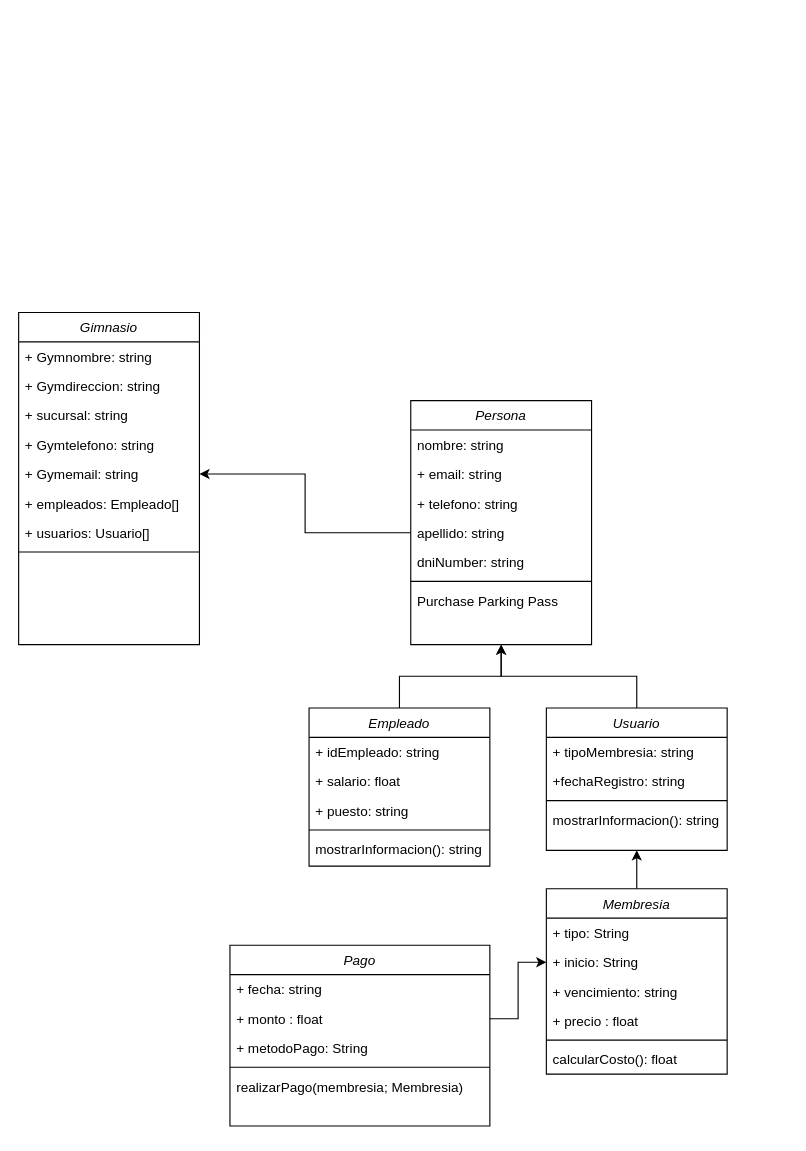
Before: GestionDeGimnasios.drawio in FJavierVC/GestionDeGimnasios, a draw.io diagram. Source tidied: cells renumbered, new cells numbered last; positions are measured from the earlier drawing's top-left corner, leaving out a move shared by most shapes. Both pictures are drawn from the tidied source at 113%, with x=0, y=0 at pixel (18, 312).
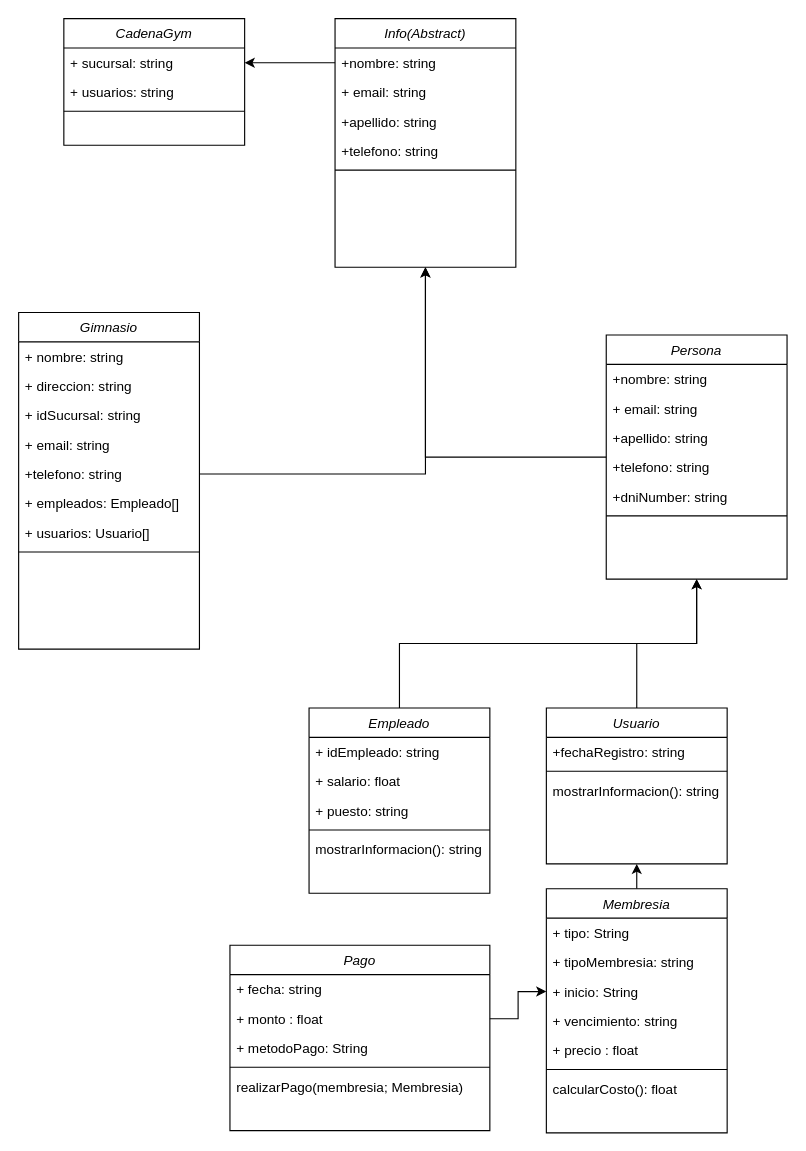
The same diagram, later.

Change to the diagram source:
```diff
@@
     <mxCell id="2" value="Gimnasio" style="swimlane;fontStyle=2;align=center;verticalAlign=top;horizontal=1;startSize=26;rounded=0;shadow=0;strokeWidth=1;" parent="1" vertex="1">
-      <mxGeometry width="160" height="294" as="geometry" />
+      <mxGeometry width="160" height="298" as="geometry" />
     </mxCell>
-    <mxCell id="3" value="+ Gymnombre: string" style="text;align=left;verticalAlign=top;spacingLeft=4;spacingRight=4;overflow=hidden;" parent="2" vertex="1">
+    <mxCell id="3" value="+ nombre: string" style="text;align=left;verticalAlign=top;spacingLeft=4;spacingRight=4;overflow=hidden;" parent="2" vertex="1">
       <mxGeometry y="26" width="160" height="26" as="geometry" />
     </mxCell>
-    <mxCell id="4" value="+ Gymdireccion: string" style="text;align=left;verticalAlign=top;spacingLeft=4;spacingRight=4;overflow=hidden;rounded=0;shadow=0;html=0;" parent="2" vertex="1">
+    <mxCell id="4" value="+ direccion: string" style="text;align=left;verticalAlign=top;spacingLeft=4;spacingRight=4;overflow=hidden;rounded=0;shadow=0;html=0;" parent="2" vertex="1">
       <mxGeometry y="52" width="160" height="26" as="geometry" />
     </mxCell>
-    <mxCell id="5" value="+ sucursal: string" style="text;align=left;verticalAlign=top;spacingLeft=4;spacingRight=4;overflow=hidden;rounded=0;shadow=0;html=0;" parent="2" vertex="1">
+    <mxCell id="5" value="+ idSucursal: string" style="text;align=left;verticalAlign=top;spacingLeft=4;spacingRight=4;overflow=hidden;rounded=0;shadow=0;html=0;" parent="2" vertex="1">
       <mxGeometry y="78" width="160" height="26" as="geometry" />
     </mxCell>
-    <mxCell id="6" value="+ Gymtelefono: string" style="text;align=left;verticalAlign=top;spacingLeft=4;spacingRight=4;overflow=hidden;rounded=0;shadow=0;html=0;" parent="2" vertex="1">
-      <mxGeometry y="104" width="160" height="26" as="geometry" />
-    </mxCell>
-    <mxCell id="7" value="+ Gymemail: string" style="text;align=left;verticalAlign=top;spacingLeft=4;spacingRight=4;overflow=hidden;points=[[0,0.5],[1,0.5]];portConstraint=eastwest;rounded=0;shadow=0;html=0;" parent="2" vertex="1">
-      <mxGeometry y="130" width="160" height="26" as="geometry" />
+    <mxCell id="7" value="+ email: string" style="text;align=left;verticalAlign=top;spacingLeft=4;spacingRight=4;overflow=hidden;points=[[0,0.5],[1,0.5]];portConstraint=eastwest;rounded=0;shadow=0;html=0;" parent="2" vertex="1">
+      <mxGeometry y="104" width="160" height="26" as="geometry" />
     </mxCell>
+    <mxCell id="48" value="+telefono: string" style="text;align=left;verticalAlign=top;spacingLeft=4;spacingRight=4;overflow=hidden;points=[[0,0.5],[1,0.5]];portConstraint=eastwest;rounded=0;shadow=0;html=0;" parent="2" vertex="1">
+      <mxGeometry y="130" width="160" height="26" as="geometry" />
+    </mxCell>
@@
     <mxCell id="12" value="Empleado" style="swimlane;fontStyle=2;align=center;verticalAlign=top;horizontal=1;startSize=26;rounded=0;shadow=0;strokeWidth=1;" parent="1" vertex="1">
-      <mxGeometry x="257" y="350" width="160" height="140" as="geometry" />
+      <mxGeometry x="257" y="350" width="160" height="164" as="geometry" />
     </mxCell>
@@
+    <mxCell id="49" style="edgeStyle=orthogonalEdgeStyle;rounded=0;jettySize=auto;html=1;entryX=0.5;entryY=1;entryDx=0;entryDy=0;" parent="1" edge="1" source="18" target="51">
+      <mxGeometry relative="1" as="geometry" />
+    </mxCell>
     <mxCell id="18" value="Persona" style="swimlane;fontStyle=2;align=center;verticalAlign=top;horizontal=1;startSize=26;rounded=0;shadow=0;strokeWidth=1;" parent="1" vertex="1">
-      <mxGeometry x="347" y="78" width="160" height="216" as="geometry" />
+      <mxGeometry x="520" y="20" width="160" height="216" as="geometry" />
     </mxCell>
-    <mxCell id="19" value="nombre: string" style="text;align=left;verticalAlign=top;spacingLeft=4;spacingRight=4;overflow=hidden;" parent="18" vertex="1">
+    <mxCell id="19" value="+nombre: string" style="text;align=left;verticalAlign=top;spacingLeft=4;spacingRight=4;overflow=hidden;" parent="18" vertex="1">
       <mxGeometry y="26" width="160" height="26" as="geometry" />
     </mxCell>
@@
-    <mxCell id="21" value="+ telefono: string" style="text;align=left;verticalAlign=top;spacingLeft=4;spacingRight=4;overflow=hidden;rounded=0;shadow=0;html=0;" parent="18" vertex="1">
-      <mxGeometry y="78" width="160" height="26" as="geometry" />
-    </mxCell>
-    <mxCell id="22" value="apellido: string" style="text;align=left;verticalAlign=top;spacingLeft=4;spacingRight=4;overflow=hidden;points=[[0,0.5],[1,0.5]];portConstraint=eastwest;rounded=0;shadow=0;html=0;" parent="18" vertex="1">
-      <mxGeometry y="104" width="160" height="26" as="geometry" />
+    <mxCell id="22" value="+apellido: string" style="text;align=left;verticalAlign=top;spacingLeft=4;spacingRight=4;overflow=hidden;points=[[0,0.5],[1,0.5]];portConstraint=eastwest;rounded=0;shadow=0;html=0;" parent="18" vertex="1">
+      <mxGeometry y="78" width="160" height="26" as="geometry" />
     </mxCell>
+    <mxCell id="50" value="+telefono: string" style="text;align=left;verticalAlign=top;spacingLeft=4;spacingRight=4;overflow=hidden;rounded=0;shadow=0;html=0;" parent="18" vertex="1">
+      <mxGeometry y="104" width="160" height="26" as="geometry" />
+    </mxCell>
-    <mxCell id="23" value="dniNumber: string" style="text;align=left;verticalAlign=top;spacingLeft=4;spacingRight=4;overflow=hidden;rounded=0;shadow=0;html=0;" parent="18" vertex="1">
+    <mxCell id="23" value="+dniNumber: string" style="text;align=left;verticalAlign=top;spacingLeft=4;spacingRight=4;overflow=hidden;rounded=0;shadow=0;html=0;" parent="18" vertex="1">
       <mxGeometry y="130" width="160" height="26" as="geometry" />
     </mxCell>
@@
-    <mxCell id="25" value="Purchase Parking Pass" style="text;align=left;verticalAlign=top;spacingLeft=4;spacingRight=4;overflow=hidden;" parent="18" vertex="1">
-      <mxGeometry y="164" width="160" height="26" as="geometry" />
-    </mxCell>
@@
     <mxCell id="27" value="Membresia" style="swimlane;fontStyle=2;align=center;verticalAlign=top;horizontal=1;startSize=26;rounded=0;shadow=0;strokeWidth=1;" parent="1" vertex="1">
-      <mxGeometry x="467" y="510" width="160" height="164" as="geometry" />
+      <mxGeometry x="467" y="510" width="160" height="216" as="geometry" />
     </mxCell>
@@
+    <mxCell id="36" value="+ tipoMembresia: string" style="text;align=left;verticalAlign=top;spacingLeft=4;spacingRight=4;overflow=hidden;rounded=0;shadow=0;html=0;" parent="27" vertex="1">
+      <mxGeometry y="52" width="160" height="26" as="geometry" />
+    </mxCell>
     <mxCell id="29" value="+ inicio: String" style="text;align=left;verticalAlign=top;spacingLeft=4;spacingRight=4;overflow=hidden;points=[[0,0.5],[1,0.5]];portConstraint=eastwest;rounded=0;shadow=0;html=0;" parent="27" vertex="1">
-      <mxGeometry y="52" width="160" height="26" as="geometry" />
+      <mxGeometry y="78" width="160" height="26" as="geometry" />
     </mxCell>
     <mxCell id="30" value="+ vencimiento: string" style="text;align=left;verticalAlign=top;spacingLeft=4;spacingRight=4;overflow=hidden;rounded=0;shadow=0;html=0;" parent="27" vertex="1">
-      <mxGeometry y="78" width="160" height="26" as="geometry" />
+      <mxGeometry y="104" width="160" height="26" as="geometry" />
     </mxCell>
     <mxCell id="31" value="+ precio : float" style="text;align=left;verticalAlign=top;spacingLeft=4;spacingRight=4;overflow=hidden;rounded=0;shadow=0;html=0;" parent="27" vertex="1">
-      <mxGeometry y="104" width="160" height="26" as="geometry" />
+      <mxGeometry y="130" width="160" height="26" as="geometry" />
     </mxCell>
     <mxCell id="32" style="line;html=1;strokeWidth=1;align=left;verticalAlign=middle;spacingTop=-1;spacingLeft=3;spacingRight=3;labelPosition=right;" parent="27" vertex="1">
-      <mxGeometry y="130" width="160" height="8" as="geometry" />
+      <mxGeometry y="156" width="160" height="8" as="geometry" />
     </mxCell>
     <mxCell id="33" value="calcularCosto(): float" style="text;align=left;verticalAlign=top;spacingLeft=4;spacingRight=4;overflow=hidden;" parent="27" vertex="1">
-      <mxGeometry y="138" width="160" height="26" as="geometry" />
+      <mxGeometry y="164" width="160" height="26" as="geometry" />
     </mxCell>
@@
     <mxCell id="35" value="Usuario" style="swimlane;fontStyle=2;align=center;verticalAlign=top;horizontal=1;startSize=26;rounded=0;shadow=0;strokeWidth=1;" parent="1" vertex="1">
-      <mxGeometry x="467" y="350" width="160" height="126" as="geometry" />
+      <mxGeometry x="467" y="350" width="160" height="138" as="geometry" />
     </mxCell>
-    <mxCell id="36" value="+ tipoMembresia: string" style="text;align=left;verticalAlign=top;spacingLeft=4;spacingRight=4;overflow=hidden;rounded=0;shadow=0;html=0;" parent="35" vertex="1">
-      <mxGeometry y="26" width="160" height="26" as="geometry" />
-    </mxCell>
     <mxCell id="37" value="+fechaRegistro: string" style="text;align=left;verticalAlign=top;spacingLeft=4;spacingRight=4;overflow=hidden;rounded=0;shadow=0;html=0;" parent="35" vertex="1">
-      <mxGeometry y="52" width="160" height="26" as="geometry" />
+      <mxGeometry y="26" width="160" height="26" as="geometry" />
     </mxCell>
     <mxCell id="38" style="line;html=1;strokeWidth=1;align=left;verticalAlign=middle;spacingTop=-1;spacingLeft=3;spacingRight=3;labelPosition=right;" parent="35" vertex="1">
-      <mxGeometry y="78" width="160" height="8" as="geometry" />
+      <mxGeometry y="52" width="160" height="8" as="geometry" />
     </mxCell>
     <mxCell id="39" value="mostrarInformacion(): string" style="text;align=left;verticalAlign=top;spacingLeft=4;spacingRight=4;overflow=hidden;" parent="35" vertex="1">
-      <mxGeometry y="86" width="160" height="26" as="geometry" />
+      <mxGeometry y="60" width="160" height="26" as="geometry" />
     </mxCell>
     <mxCell id="40" value="Pago" style="swimlane;fontStyle=2;align=center;verticalAlign=top;horizontal=1;startSize=26;rounded=0;shadow=0;strokeWidth=1;" parent="1" vertex="1">
-      <mxGeometry x="187" y="560" width="230" height="160" as="geometry" />
+      <mxGeometry x="187" y="560" width="230" height="164" as="geometry" />
     </mxCell>
@@
-    <mxCell id="46" style="edgeStyle=orthogonalEdgeStyle;rounded=0;jettySize=auto;html=1;exitX=0;exitY=0.5;exitDx=0;exitDy=0;entryX=1;entryY=0.5;entryDx=0;entryDy=0;" parent="1" edge="1" source="22" target="7">
-      <mxGeometry relative="1" as="geometry" />
-    </mxCell>
@@
+    <mxCell id="51" value="Info(Abstract)" style="swimlane;fontStyle=2;align=center;verticalAlign=top;horizontal=1;startSize=26;rounded=0;shadow=0;strokeWidth=1;" parent="1" vertex="1">
+      <mxGeometry x="280" y="-260" width="160" height="220" as="geometry" />
+    </mxCell>
+    <mxCell id="52" value="+nombre: string" style="text;align=left;verticalAlign=top;spacingLeft=4;spacingRight=4;overflow=hidden;points=[[0,0.5],[1,0.5]];portConstraint=eastwest;" parent="51" vertex="1">
+      <mxGeometry y="26" width="160" height="26" as="geometry" />
+    </mxCell>
+    <mxCell id="53" value="+ email: string" style="text;align=left;verticalAlign=top;spacingLeft=4;spacingRight=4;overflow=hidden;rounded=0;shadow=0;html=0;" parent="51" vertex="1">
+      <mxGeometry y="52" width="160" height="26" as="geometry" />
+    </mxCell>
+    <mxCell id="54" value="+apellido: string" style="text;align=left;verticalAlign=top;spacingLeft=4;spacingRight=4;overflow=hidden;rounded=0;shadow=0;html=0;" parent="51" vertex="1">
+      <mxGeometry y="78" width="160" height="26" as="geometry" />
+    </mxCell>
+    <mxCell id="55" value="+telefono: string" style="text;align=left;verticalAlign=top;spacingLeft=4;spacingRight=4;overflow=hidden;rounded=0;shadow=0;html=0;" parent="51" vertex="1">
+      <mxGeometry y="104" width="160" height="26" as="geometry" />
+    </mxCell>
+    <mxCell id="56" style="line;html=1;strokeWidth=1;align=left;verticalAlign=middle;spacingTop=-1;spacingLeft=3;spacingRight=3;labelPosition=right;" parent="51" vertex="1">
+      <mxGeometry y="130" width="160" height="8" as="geometry" />
+    </mxCell>
+    <mxCell id="57" style="edgeStyle=orthogonalEdgeStyle;rounded=0;jettySize=auto;html=1;entryX=0.5;entryY=1;entryDx=0;entryDy=0;" parent="1" edge="1" source="48" target="51">
+      <mxGeometry relative="1" as="geometry" />
+    </mxCell>
+    <mxCell id="58" value="CadenaGym" style="swimlane;fontStyle=2;align=center;verticalAlign=top;horizontal=1;startSize=26;rounded=0;shadow=0;strokeWidth=1;" parent="1" vertex="1">
+      <mxGeometry x="40" y="-260" width="160" height="112" as="geometry" />
+    </mxCell>
+    <mxCell id="59" value="+ sucursal: string" style="text;align=left;verticalAlign=top;spacingLeft=4;spacingRight=4;overflow=hidden;points=[[0,0.5],[1,0.5]];portConstraint=eastwest;rounded=0;shadow=0;html=0;" parent="58" vertex="1">
+      <mxGeometry y="26" width="160" height="26" as="geometry" />
+    </mxCell>
+    <mxCell id="60" value="+ usuarios: string" style="text;align=left;verticalAlign=top;spacingLeft=4;spacingRight=4;overflow=hidden;rounded=0;shadow=0;html=0;" parent="58" vertex="1">
+      <mxGeometry y="52" width="160" height="26" as="geometry" />
+    </mxCell>
+    <mxCell id="61" style="line;html=1;strokeWidth=1;align=left;verticalAlign=middle;spacingTop=-1;spacingLeft=3;spacingRight=3;labelPosition=right;" parent="58" vertex="1">
+      <mxGeometry y="78" width="160" height="8" as="geometry" />
+    </mxCell>
+    <mxCell id="62" style="edgeStyle=orthogonalEdgeStyle;rounded=0;jettySize=auto;html=1;entryX=1;entryY=0.5;entryDx=0;entryDy=0;" parent="1" edge="1" source="52" target="59">
+      <mxGeometry relative="1" as="geometry" />
+    </mxCell>
```
